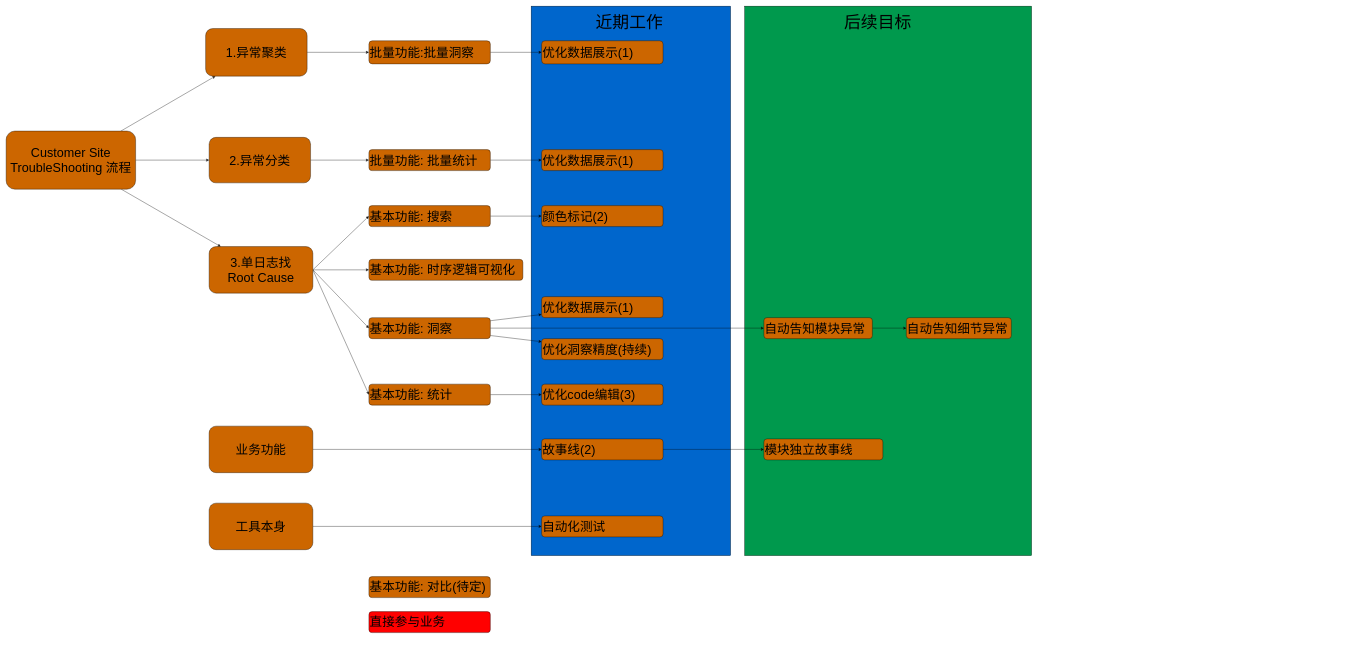
dj-lei/eric_toolsets keeps this draw.io diagram as page "第 6 页" (6 of 6) of requirement_analysis.drawio. Above is the earlier version. Source tidied: cells renumbered, new cells numbered last; positions are measured from the earlier drawing's top-left corner, leaving out a move shared by most shapes. Both pictures are drawn from the tidied source at 35%, with x=0, y=0 at pixel (6, 6).
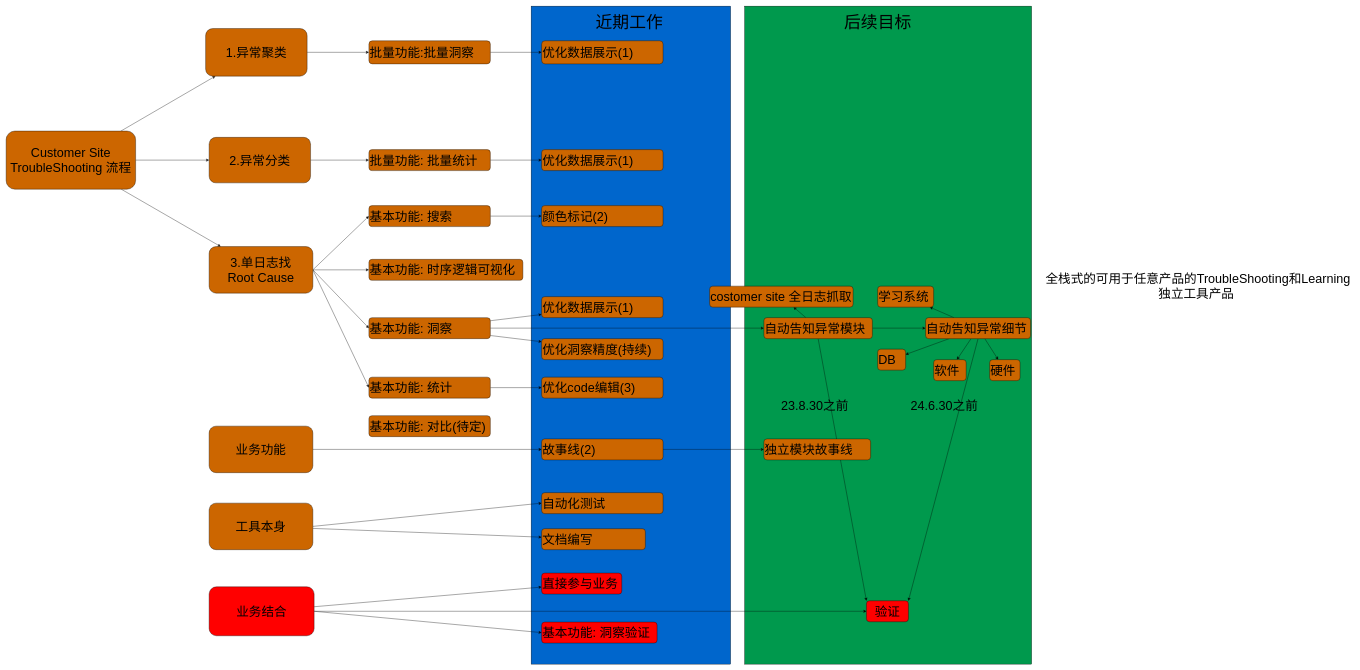
After the change.

The change refers to these unchanged cells:
```xml
<mxCell id="37" value="工具本身" style="rounded=1;whiteSpace=wrap;html=1;fontSize=36;fillColor=#CC6600;" parent="1" vertex="1">
  <mxGeometry x="580" y="1420" width="296.4" height="133" as="geometry" />
</mxCell>
```

Diff of the diagram source:
```diff
@@
     <mxCell id="2" style="rounded=0;whiteSpace=wrap;html=1;fillColor=#00994D;" parent="1" vertex="1">
-      <mxGeometry x="2110" width="820" height="1570" as="geometry" />
+      <mxGeometry x="2110" width="820" height="1880" as="geometry" />
     </mxCell>
     <mxCell id="3" style="rounded=0;whiteSpace=wrap;html=1;fillColor=#0066CC;" parent="1" vertex="1">
-      <mxGeometry x="1500" width="570" height="1570" as="geometry" />
+      <mxGeometry x="1500" width="570" height="1880" as="geometry" />
     </mxCell>
@@
     <mxCell id="29" value="基本功能: 统计" style="rounded=1;whiteSpace=wrap;html=1;fontSize=36;fillColor=#CC6600;align=left;" parent="1" vertex="1">
-      <mxGeometry x="1036.5" y="1080" width="347" height="60" as="geometry" />
+      <mxGeometry x="1036.5" y="1060" width="347" height="60" as="geometry" />
     </mxCell>
@@
+    <mxCell id="51" style="rounded=0;jettySize=auto;html=1;" parent="1" edge="1" source="37" target="62">
+      <mxGeometry relative="1" as="geometry" />
+    </mxCell>
@@
     <mxCell id="38" value="自动化测试" style="rounded=1;whiteSpace=wrap;html=1;fontSize=36;fillColor=#CC6600;align=left;" parent="1" vertex="1">
-      <mxGeometry x="1530" y="1456.5" width="347" height="60" as="geometry" />
+      <mxGeometry x="1530" y="1390" width="347" height="60" as="geometry" />
     </mxCell>
@@
     <mxCell id="40" value="优化code编辑(3)" style="rounded=1;whiteSpace=wrap;html=1;fontSize=36;fillColor=#CC6600;align=left;" parent="1" vertex="1">
-      <mxGeometry x="1530" y="1080" width="347" height="60" as="geometry" />
+      <mxGeometry x="1530" y="1060" width="347" height="60" as="geometry" />
     </mxCell>
@@
+    <mxCell id="52" style="edgeStyle=none;rounded=0;jettySize=auto;html=1;" parent="1" edge="1" source="45" target="63">
+      <mxGeometry relative="1" as="geometry" />
+    </mxCell>
-    <mxCell id="44" style="edgeStyle=none;rounded=0;jettySize=auto;html=1;exitX=1;exitY=0.5;exitDx=0;exitDy=0;entryX=0;entryY=0.5;entryDx=0;entryDy=0;fontSize=48;" parent="1" edge="1" source="45" target="46">
+    <mxCell id="44" style="edgeStyle=none;rounded=0;jettySize=auto;html=1;exitX=1;exitY=0.5;exitDx=0;exitDy=0;entryX=0;entryY=0.5;entryDx=0;entryDy=0;" parent="1" edge="1" source="45" target="46">
       <mxGeometry relative="1" as="geometry" />
     </mxCell>
+    <mxCell id="53" style="edgeStyle=none;rounded=0;jettySize=auto;html=1;exitX=0.5;exitY=1;exitDx=0;exitDy=0;entryX=0;entryY=0;entryDx=0;entryDy=0;fontSize=36;" parent="1" edge="1" source="45" target="73">
+      <mxGeometry relative="1" as="geometry" />
+    </mxCell>
-    <mxCell id="45" value="自动告知模块异常" style="rounded=1;whiteSpace=wrap;html=1;fontSize=36;fillColor=#CC6600;align=left;" parent="1" vertex="1">
+    <mxCell id="45" value="自动告知异常模块" style="rounded=1;whiteSpace=wrap;html=1;fontSize=36;fillColor=#CC6600;align=left;" parent="1" vertex="1">
       <mxGeometry x="2165" y="890" width="310" height="60" as="geometry" />
     </mxCell>
+    <mxCell id="54" style="edgeStyle=none;rounded=0;jettySize=auto;html=1;" parent="1" edge="1" source="46" target="64">
+      <mxGeometry relative="1" as="geometry" />
+    </mxCell>
+    <mxCell id="55" style="edgeStyle=none;rounded=0;jettySize=auto;html=1;" parent="1" edge="1" source="46" target="65">
+      <mxGeometry relative="1" as="geometry" />
+    </mxCell>
+    <mxCell id="56" style="edgeStyle=none;rounded=0;jettySize=auto;html=1;" parent="1" edge="1" source="46" target="66">
+      <mxGeometry relative="1" as="geometry" />
+    </mxCell>
+    <mxCell id="57" style="edgeStyle=none;rounded=0;jettySize=auto;html=1;" parent="1" edge="1" source="46" target="67">
+      <mxGeometry relative="1" as="geometry" />
+    </mxCell>
+    <mxCell id="58" style="edgeStyle=none;rounded=0;jettySize=auto;html=1;exitX=0.5;exitY=1;exitDx=0;exitDy=0;entryX=1;entryY=0;entryDx=0;entryDy=0;fontSize=36;" parent="1" edge="1" source="46" target="73">
+      <mxGeometry relative="1" as="geometry" />
+    </mxCell>
-    <mxCell id="46" value="自动告知细节异常" style="rounded=1;whiteSpace=wrap;html=1;fontSize=36;fillColor=#CC6600;align=left;" parent="1" vertex="1">
-      <mxGeometry x="2572" y="890" width="300" height="60" as="geometry" />
+    <mxCell id="46" value="自动告知异常细节" style="rounded=1;whiteSpace=wrap;html=1;fontSize=36;fillColor=#CC6600;align=left;" parent="1" vertex="1">
+      <mxGeometry x="2627" y="890" width="300" height="60" as="geometry" />
     </mxCell>
-    <mxCell id="47" value="模块独立故事线" style="rounded=1;whiteSpace=wrap;html=1;fontSize=36;fillColor=#CC6600;align=left;" parent="1" vertex="1">
-      <mxGeometry x="2165" y="1236.5" width="340" height="60" as="geometry" />
+    <mxCell id="47" value="独立模块故事线" style="rounded=1;whiteSpace=wrap;html=1;fontSize=36;fillColor=#CC6600;align=left;" parent="1" vertex="1">
+      <mxGeometry x="2165" y="1236.5" width="305" height="60" as="geometry" />
     </mxCell>
@@
     <mxCell id="49" value="基本功能: 对比(待定)" style="rounded=1;whiteSpace=wrap;html=1;fontSize=36;fillColor=#CC6600;align=left;" parent="1" vertex="1">
-      <mxGeometry x="1036.5" y="1630" width="347" height="60" as="geometry" />
+      <mxGeometry x="1036.5" y="1170" width="347" height="60" as="geometry" />
     </mxCell>
+    <mxCell id="59" style="edgeStyle=none;rounded=0;jettySize=auto;html=1;fontSize=36;" parent="1" edge="1" source="50" target="72">
+      <mxGeometry relative="1" as="geometry" />
+    </mxCell>
+    <mxCell id="60" style="edgeStyle=none;rounded=0;jettySize=auto;html=1;exitX=1;exitY=0.5;exitDx=0;exitDy=0;entryX=0;entryY=0.5;entryDx=0;entryDy=0;fontSize=36;" parent="1" edge="1" source="50" target="71">
+      <mxGeometry relative="1" as="geometry" />
+    </mxCell>
+    <mxCell id="61" style="edgeStyle=none;rounded=0;jettySize=auto;html=1;exitX=1;exitY=0.5;exitDx=0;exitDy=0;entryX=0;entryY=0.5;entryDx=0;entryDy=0;fontSize=36;" parent="1" edge="1" source="50" target="73">
+      <mxGeometry relative="1" as="geometry" />
+    </mxCell>
-    <mxCell id="50" value="直接参与业务" style="rounded=1;whiteSpace=wrap;html=1;fontSize=36;fillColor=#FF0000;align=left;" parent="1" vertex="1">
-      <mxGeometry x="1036.5" y="1730" width="347" height="60" as="geometry" />
+    <mxCell id="50" value="业务结合" style="rounded=1;whiteSpace=wrap;html=1;fontSize=36;fillColor=#FF0000;align=center;" parent="1" vertex="1">
+      <mxGeometry x="580" y="1659" width="300" height="140" as="geometry" />
     </mxCell>
+    <mxCell id="62" value="文档编写" style="rounded=1;whiteSpace=wrap;html=1;fontSize=36;fillColor=#CC6600;align=left;" parent="1" vertex="1">
+      <mxGeometry x="1530" y="1493" width="296.4" height="60" as="geometry" />
+    </mxCell>
+    <mxCell id="63" value="costomer site 全日志抓取" style="rounded=1;whiteSpace=wrap;html=1;fontSize=36;fillColor=#CC6600;align=left;" parent="1" vertex="1">
+      <mxGeometry x="2010" y="800" width="410" height="60" as="geometry" />
+    </mxCell>
+    <mxCell id="64" value="学习系统" style="rounded=1;whiteSpace=wrap;html=1;fontSize=36;fillColor=#CC6600;align=left;" parent="1" vertex="1">
+      <mxGeometry x="2490" y="800" width="160" height="60" as="geometry" />
+    </mxCell>
+    <mxCell id="65" value="DB" style="rounded=1;whiteSpace=wrap;html=1;fontSize=36;fillColor=#CC6600;align=left;" parent="1" vertex="1">
+      <mxGeometry x="2490" y="980" width="80" height="60" as="geometry" />
+    </mxCell>
+    <mxCell id="66" value="软件" style="rounded=1;whiteSpace=wrap;html=1;fontSize=36;fillColor=#CC6600;align=left;" parent="1" vertex="1">
+      <mxGeometry x="2650" y="1010" width="93" height="60" as="geometry" />
+    </mxCell>
+    <mxCell id="67" value="硬件" style="rounded=1;whiteSpace=wrap;html=1;fontSize=36;fillColor=#CC6600;align=left;" parent="1" vertex="1">
+      <mxGeometry x="2810" y="1010" width="87" height="60" as="geometry" />
+    </mxCell>
+    <mxCell id="68" value="&lt;font style=&quot;font-size: 36px;&quot;&gt;23.8.30之前&lt;/font&gt;" style="text;html=1;align=center;verticalAlign=middle;strokeColor=none;fillColor=none;" parent="1" vertex="1">
+      <mxGeometry x="2200" y="1110" width="220" height="60" as="geometry" />
+    </mxCell>
+    <mxCell id="69" value="&lt;font style=&quot;font-size: 36px;&quot;&gt;24.6.30之前&lt;/font&gt;" style="text;html=1;align=center;verticalAlign=middle;strokeColor=none;fillColor=none;" parent="1" vertex="1">
+      <mxGeometry x="2570" y="1110" width="220" height="60" as="geometry" />
+    </mxCell>
+    <mxCell id="70" value="&lt;span style=&quot;font-size: 36px;&quot;&gt;全栈式的可用于任意产品的TroubleShooting和Learning&lt;br&gt;独立工具产品&amp;nbsp;&lt;/span&gt;" style="text;html=1;align=center;verticalAlign=middle;strokeColor=none;fillColor=none;" parent="1" vertex="1">
+      <mxGeometry x="2960" y="750" width="890" height="100" as="geometry" />
+    </mxCell>
+    <mxCell id="71" value="基本功能: 洞察验证" style="rounded=1;whiteSpace=wrap;html=1;fontSize=36;fillColor=#FF0000;align=left;" parent="1" vertex="1">
+      <mxGeometry x="1530" y="1760" width="330" height="60" as="geometry" />
+    </mxCell>
+    <mxCell id="72" value="直接参与业务" style="rounded=1;whiteSpace=wrap;html=1;fontSize=36;fillColor=#FF0000;align=left;" parent="1" vertex="1">
+      <mxGeometry x="1530" y="1620" width="229" height="60" as="geometry" />
+    </mxCell>
+    <mxCell id="73" value="验证" style="rounded=1;whiteSpace=wrap;html=1;fontSize=36;fillColor=#FF0000;align=center;" parent="1" vertex="1">
+      <mxGeometry x="2458" y="1699" width="120" height="60" as="geometry" />
+    </mxCell>
```
